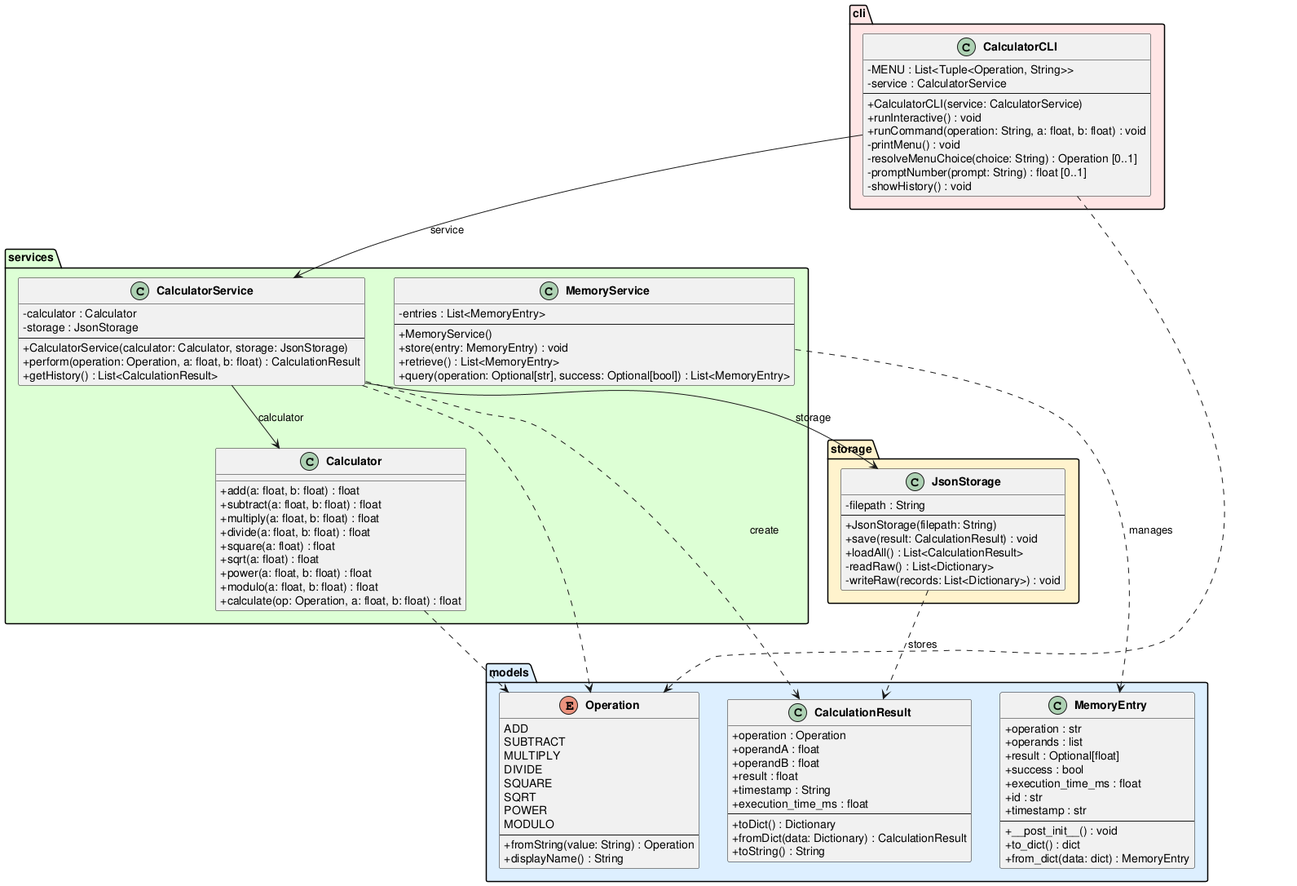
DanielRiha8906/Software_autoevolution_using_agents keeps this PlantUML diagram as experiments/supervisor_as_tools/test_driven/calculator/artifacts/class_diagram.png. Above is the earlier version.
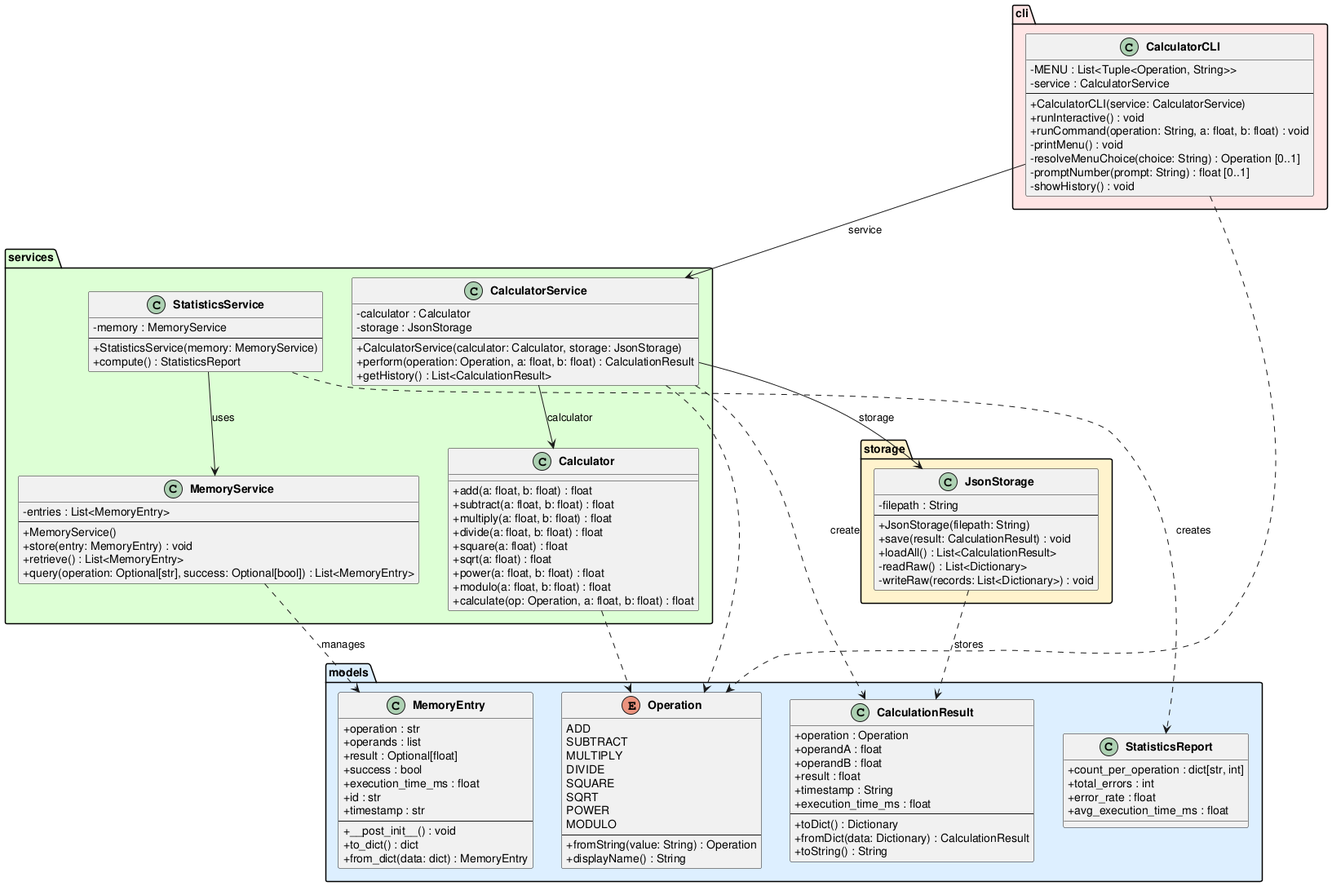
After the commit.

Diff of the diagram source:
```diff
@@ -44,6 +44,13 @@
         +to_dict() : dict
         +from_dict(data: dict) : MemoryEntry
     }
+
+    class StatisticsReport {
+        +count_per_operation : dict[str, int]
+        +total_errors : int
+        +error_rate : float
+        +avg_execution_time_ms : float
+    }
 }
 
 package "services" #DDFFD4 {
@@ -75,6 +82,13 @@
         +store(entry: MemoryEntry) : void
         +retrieve() : List<MemoryEntry>
         +query(operation: Optional[str], success: Optional[bool]) : List<MemoryEntry>
+    }
+
+    class StatisticsService {
+        -memory : MemoryService
+        --
+        +StatisticsService(memory: MemoryService)
+        +compute() : StatisticsReport
     }
 }
 
@@ -108,6 +122,7 @@
 CalculatorCLI --> CalculatorService : service
 CalculatorService --> Calculator : calculator
 CalculatorService --> JsonStorage : storage
+StatisticsService --> MemoryService : uses
 
 CalculatorService ..> CalculationResult : create
 CalculatorService ..> Operation
@@ -115,5 +130,6 @@
 Calculator ..> Operation
 JsonStorage ..> CalculationResult : stores
 MemoryService ..> MemoryEntry : manages
+StatisticsService ..> StatisticsReport : creates
 
 @enduml
```
